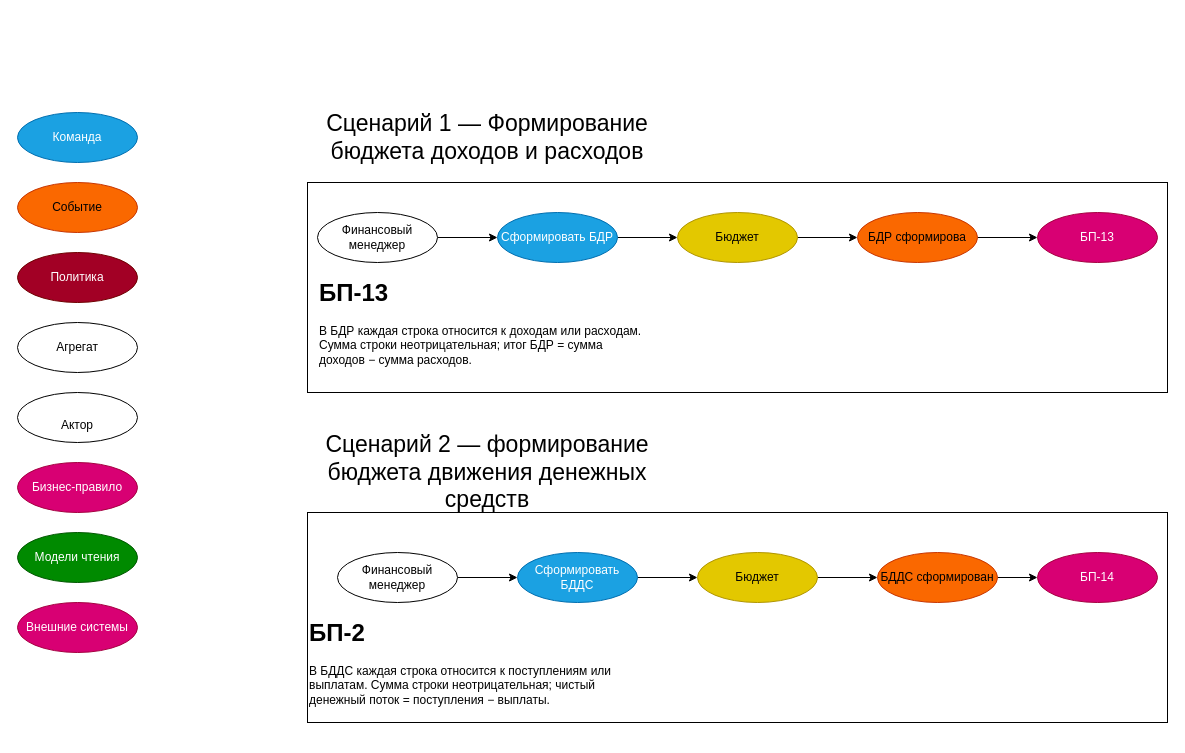
Daniel3579/buxuchet keeps this draw.io diagram as page "Бюджетирование" (3 of 6) of Event Storming.drawio. Above is the earlier version. Source tidied: cells renumbered, new cells numbered last; positions are measured from the earlier drawing's top-left corner, leaving out a move shared by most shapes. Both pictures are drawn from the tidied source at 100%, with x=0, y=0 at pixel (17, 97).
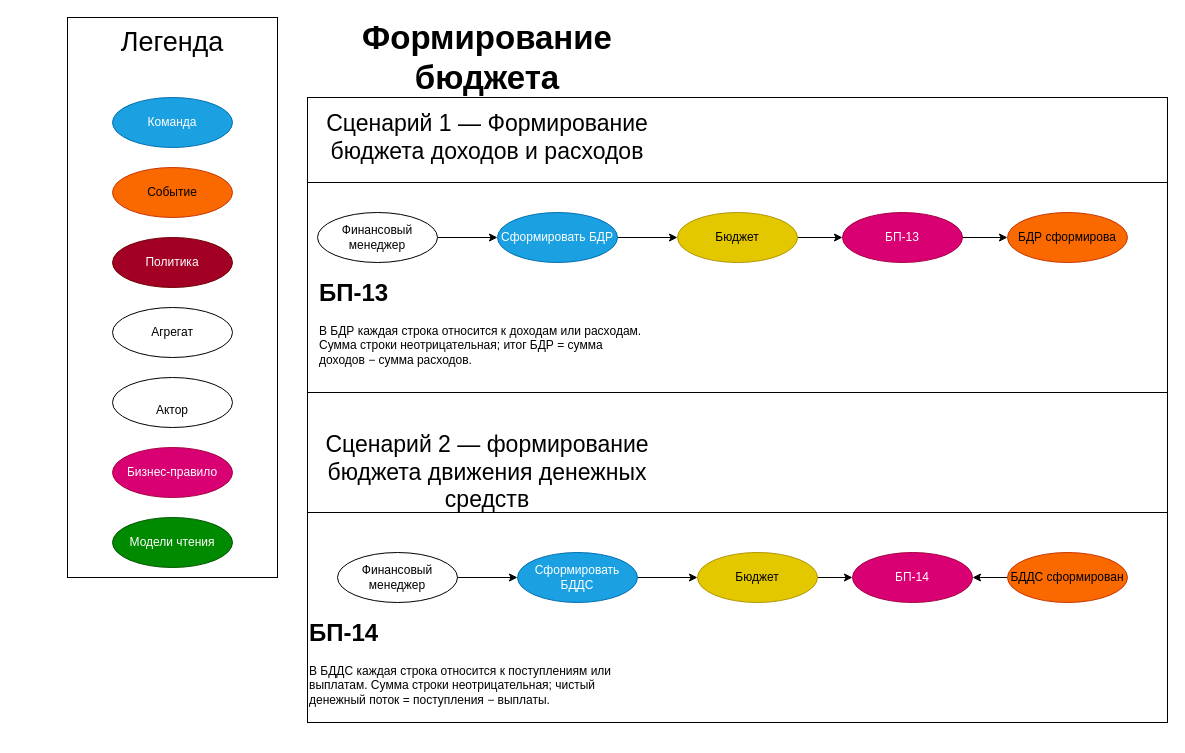
After the change.

Unchanged cells that the change refers to:
```xml
<mxCell id="16" value="Бюджет" style="ellipse;whiteSpace=wrap;html=1;shapeInside=1;fillColor=light-dark(#E3C800,#CCCC00);fontColor=light-dark(#000000,#000000);strokeColor=#B09500;" parent="1" vertex="1">
  <mxGeometry x="660" y="115" width="120" height="50" as="geometry" />
</mxCell>
<mxCell id="27" value="Бюджет" style="ellipse;whiteSpace=wrap;html=1;shapeInside=1;fillColor=light-dark(#E3C800,#CCCC00);fontColor=light-dark(#000000,#000000);strokeColor=#B09500;" parent="1" vertex="1">
  <mxGeometry x="680" y="455" width="120" height="50" as="geometry" />
</mxCell>
```

Diff of the diagram source:
```diff
@@
+    <mxCell id="34" style="rounded=0;whiteSpace=wrap;html=1;" parent="1" vertex="1">
+      <mxGeometry x="290" width="860" height="625" as="geometry" />
+    </mxCell>
@@
-    <mxCell id="3" value="Команда" style="ellipse;whiteSpace=wrap;html=1;shapeInside=1;fillColor=#1ba1e2;fontColor=#ffffff;strokeColor=#006EAF;" parent="1" vertex="1">
-      <mxGeometry y="15" width="120" height="50" as="geometry" />
-    </mxCell>
-    <mxCell id="4" value="Событие" style="ellipse;whiteSpace=wrap;html=1;shapeInside=1;fillColor=#fa6800;fontColor=#000000;strokeColor=#C73500;" parent="1" vertex="1">
-      <mxGeometry y="85" width="120" height="50" as="geometry" />
-    </mxCell>
-    <mxCell id="5" value="Политика" style="ellipse;whiteSpace=wrap;html=1;shapeInside=1;fillColor=#a20025;fontColor=#ffffff;strokeColor=#6F0000;" parent="1" vertex="1">
-      <mxGeometry y="155" width="120" height="50" as="geometry" />
-    </mxCell>
-    <mxCell id="6" value="Агрегат" style="ellipse;whiteSpace=wrap;html=1;shapeInside=1;fillColor=light-dark(#FFFFFF,#CCCC00);" parent="1" vertex="1">
-      <mxGeometry y="225" width="120" height="50" as="geometry" />
-    </mxCell>
-    <mxCell id="7" value="&lt;div&gt;&lt;br&gt;&lt;/div&gt;&lt;div&gt;Актор&lt;/div&gt;" style="ellipse;whiteSpace=wrap;html=1;shapeInside=1;" parent="1" vertex="1">
-      <mxGeometry y="295" width="120" height="50" as="geometry" />
-    </mxCell>
-    <mxCell id="8" value="Бизнес-правило" style="ellipse;whiteSpace=wrap;html=1;shapeInside=1;fillColor=light-dark(#D80073,#B266FF);fontColor=#ffffff;strokeColor=#A50040;gradientColor=none;" parent="1" vertex="1">
-      <mxGeometry y="365" width="120" height="50" as="geometry" />
-    </mxCell>
-    <mxCell id="9" value="Модели чтения" style="ellipse;whiteSpace=wrap;html=1;shapeInside=1;fillColor=#008a00;fontColor=#ffffff;strokeColor=#005700;" parent="1" vertex="1">
-      <mxGeometry y="435" width="120" height="50" as="geometry" />
-    </mxCell>
-    <mxCell id="10" value="Внешние системы" style="ellipse;whiteSpace=wrap;html=1;shapeInside=1;fillColor=#d80073;fontColor=#ffffff;strokeColor=#A50040;" parent="1" vertex="1">
-      <mxGeometry y="505" width="120" height="50" as="geometry" />
-    </mxCell>
@@
-    <mxCell id="15" style="edgeStyle=orthogonalEdgeStyle;rounded=0;jettySize=auto;html=1;" parent="1" edge="1" source="16" target="18">
+    <mxCell id="15" style="edgeStyle=orthogonalEdgeStyle;rounded=0;jettySize=auto;html=1;entryX=0;entryY=0.5;entryDx=0;entryDy=0;" parent="1" edge="1" source="16" target="19">
       <mxGeometry relative="1" as="geometry" />
     </mxCell>
@@
-    <mxCell id="17" style="edgeStyle=orthogonalEdgeStyle;rounded=0;jettySize=auto;html=1;" parent="1" edge="1" source="18" target="19">
+    <mxCell id="17" style="edgeStyle=orthogonalEdgeStyle;rounded=0;jettySize=auto;html=1;startArrow=classic;startFill=1;endArrow=none;endFill=0;" parent="1" edge="1" source="18" target="19">
       <mxGeometry relative="1" as="geometry" />
     </mxCell>
     <mxCell id="18" value="БДР сформирова" style="ellipse;whiteSpace=wrap;html=1;shapeInside=1;fillColor=#fa6800;fontColor=#000000;strokeColor=#C73500;" parent="1" vertex="1">
-      <mxGeometry x="840" y="115" width="120" height="50" as="geometry" />
+      <mxGeometry x="990" y="115" width="120" height="50" as="geometry" />
     </mxCell>
     <mxCell id="19" value="БП-13" style="ellipse;whiteSpace=wrap;html=1;shapeInside=1;fillColor=light-dark(#D80073,#B266FF);fontColor=#ffffff;strokeColor=#A50040;gradientColor=none;" parent="1" vertex="1">
-      <mxGeometry x="1020" y="115" width="120" height="50" as="geometry" />
+      <mxGeometry x="825" y="115" width="120" height="50" as="geometry" />
     </mxCell>
@@
-    <mxCell id="26" style="edgeStyle=orthogonalEdgeStyle;rounded=0;jettySize=auto;html=1;" parent="1" edge="1" source="27" target="29">
+    <mxCell id="26" style="edgeStyle=orthogonalEdgeStyle;rounded=0;jettySize=auto;html=1;entryX=0;entryY=0.5;entryDx=0;entryDy=0;" parent="1" edge="1" source="27" target="32">
       <mxGeometry relative="1" as="geometry" />
     </mxCell>
@@
     <mxCell id="29" value="&lt;div&gt;БДДС сформирован&lt;/div&gt;" style="ellipse;whiteSpace=wrap;html=1;shapeInside=1;fillColor=#fa6800;fontColor=#000000;strokeColor=#C73500;" parent="1" vertex="1">
-      <mxGeometry x="860" y="455" width="120" height="50" as="geometry" />
+      <mxGeometry x="990" y="455" width="120" height="50" as="geometry" />
     </mxCell>
@@
     <mxCell id="32" value="БП-14" style="ellipse;whiteSpace=wrap;html=1;shapeInside=1;fillColor=light-dark(#D80073,#B266FF);fontColor=#ffffff;strokeColor=#A50040;gradientColor=none;" parent="1" vertex="1">
-      <mxGeometry x="1020" y="455" width="120" height="50" as="geometry" />
+      <mxGeometry x="835" y="455" width="120" height="50" as="geometry" />
     </mxCell>
-    <mxCell id="33" value="&lt;h1 style=&quot;margin-top: 0px;&quot;&gt;БП-2&lt;/h1&gt;&lt;p&gt;В БДДС каждая строка относится к поступлениям или выплатам. Сумма строки неотрицательная; чистый денежный поток = поступления − выплаты.&lt;/p&gt;" style="text;html=1;whiteSpace=wrap;overflow=hidden;rounded=0;" parent="1" vertex="1">
+    <mxCell id="33" value="&lt;h1 style=&quot;margin-top: 0px;&quot;&gt;БП-14&lt;/h1&gt;&lt;p&gt;В БДДС каждая строка относится к поступлениям или выплатам. Сумма строки неотрицательная; чистый денежный поток = поступления − выплаты.&lt;/p&gt;" style="text;html=1;whiteSpace=wrap;overflow=hidden;rounded=0;" parent="1" vertex="1">
       <mxGeometry x="290" y="515" width="330" height="120" as="geometry" />
     </mxCell>
+    <mxCell id="35" style="rounded=0;whiteSpace=wrap;html=1;" parent="1" vertex="1">
+      <mxGeometry x="50" y="-80" width="210" height="560" as="geometry" />
+    </mxCell>
+    <mxCell id="3" value="Команда" style="ellipse;whiteSpace=wrap;html=1;shapeInside=1;fillColor=#1ba1e2;fontColor=#ffffff;strokeColor=#006EAF;" parent="1" vertex="1">
+      <mxGeometry x="95" width="120" height="50" as="geometry" />
+    </mxCell>
+    <mxCell id="4" value="Событие" style="ellipse;whiteSpace=wrap;html=1;shapeInside=1;fillColor=#fa6800;fontColor=#000000;strokeColor=#C73500;" parent="1" vertex="1">
+      <mxGeometry x="95" y="70" width="120" height="50" as="geometry" />
+    </mxCell>
+    <mxCell id="5" value="Политика" style="ellipse;whiteSpace=wrap;html=1;shapeInside=1;fillColor=#a20025;fontColor=#ffffff;strokeColor=#6F0000;" parent="1" vertex="1">
+      <mxGeometry x="95" y="140" width="120" height="50" as="geometry" />
+    </mxCell>
+    <mxCell id="6" value="Агрегат" style="ellipse;whiteSpace=wrap;html=1;shapeInside=1;fillColor=light-dark(#FFFFFF,#CCCC00);" parent="1" vertex="1">
+      <mxGeometry x="95" y="210" width="120" height="50" as="geometry" />
+    </mxCell>
+    <mxCell id="7" value="&lt;div&gt;&lt;br&gt;&lt;/div&gt;&lt;div&gt;Актор&lt;/div&gt;" style="ellipse;whiteSpace=wrap;html=1;shapeInside=1;" parent="1" vertex="1">
+      <mxGeometry x="95" y="280" width="120" height="50" as="geometry" />
+    </mxCell>
+    <mxCell id="8" value="Бизнес-правило" style="ellipse;whiteSpace=wrap;html=1;shapeInside=1;fillColor=light-dark(#D80073,#B266FF);fontColor=#ffffff;strokeColor=#A50040;gradientColor=none;" parent="1" vertex="1">
+      <mxGeometry x="95" y="350" width="120" height="50" as="geometry" />
+    </mxCell>
+    <mxCell id="9" value="Модели чтения" style="ellipse;whiteSpace=wrap;html=1;shapeInside=1;fillColor=#008a00;fontColor=#ffffff;strokeColor=#005700;" parent="1" vertex="1">
+      <mxGeometry x="95" y="420" width="120" height="50" as="geometry" />
+    </mxCell>
+    <mxCell id="36" value="&lt;font style=&quot;font-size: 27px;&quot;&gt;Легенда&lt;/font&gt;" style="text;html=1;whiteSpace=wrap;strokeColor=none;fillColor=none;align=center;verticalAlign=middle;rounded=0;" parent="1" vertex="1">
+      <mxGeometry x="50" y="-80" width="210" height="50" as="geometry" />
+    </mxCell>
+    <mxCell id="37" value="  Формирование бюджета" style="text;html=1;whiteSpace=wrap;strokeColor=none;fillColor=none;align=center;verticalAlign=middle;rounded=0;fontSize=33;fontStyle=1;" parent="1" vertex="1">
+      <mxGeometry x="290" y="-80" width="360" height="80" as="geometry" />
+    </mxCell>
```
